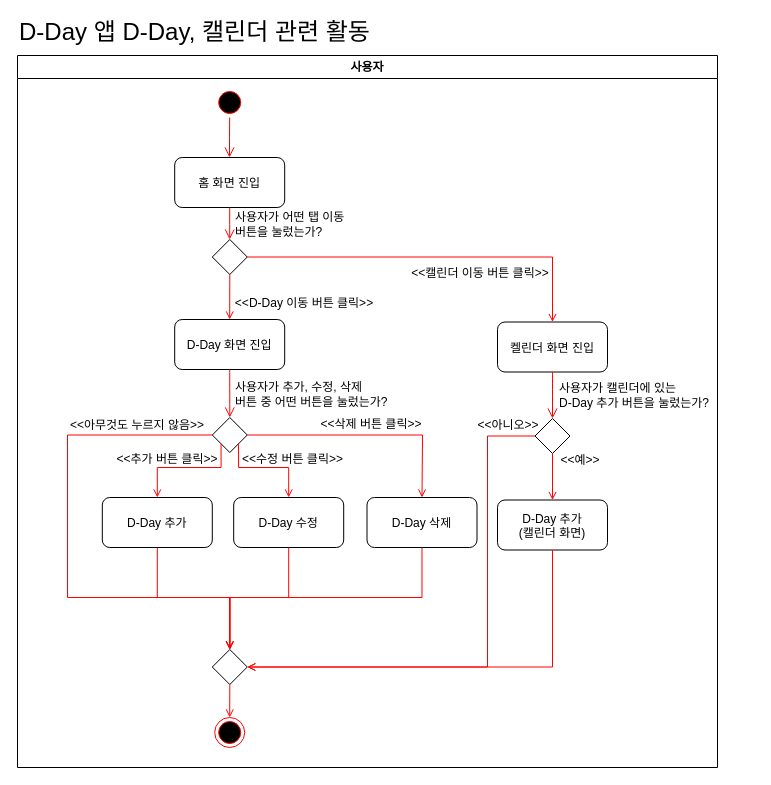
Above: activity diagram - d-day+calender.drawio in baechuTree/softwareEngineering (draw.io), before the change. Source tidied: cells renumbered, new cells numbered last; positions are measured from the earlier drawing's top-left corner, leaving out a move shared by most shapes. Both pictures are drawn from the tidied source at 100%, with x=0, y=0 at pixel (17, 17).
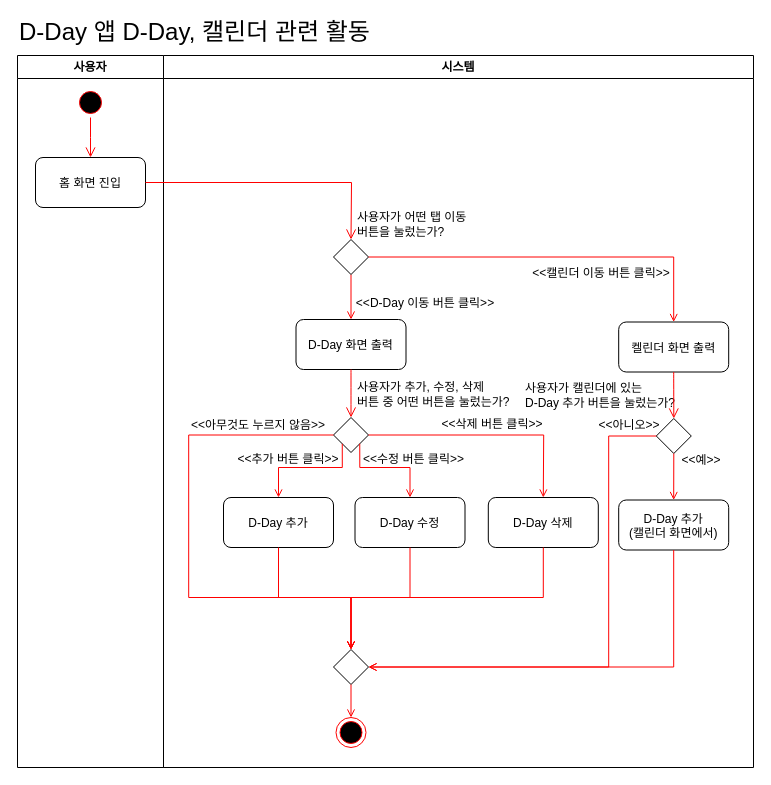
Above is the later version.

Diff of the diagram source:
```diff
@@
     <mxCell id="2" value="사용자" style="swimlane;whiteSpace=wrap;startSize=23;" parent="1" vertex="1">
-      <mxGeometry y="38" width="700" height="712" as="geometry" />
+      <mxGeometry y="38" width="146" height="712" as="geometry" />
     </mxCell>
     <mxCell id="3" style="ellipse;shape=startState;fillColor=#000000;strokeColor=#ff0000;" parent="2" vertex="1">
-      <mxGeometry x="197.2" y="32" width="30" height="30" as="geometry" />
+      <mxGeometry x="58" y="32" width="30" height="30" as="geometry" />
     </mxCell>
@@
     <mxCell id="5" value="홈 화면 진입" style="rounded=1;" parent="2" vertex="1">
-      <mxGeometry x="157.2" y="102" width="110" height="50" as="geometry" />
+      <mxGeometry x="18" y="102" width="110" height="50" as="geometry" />
     </mxCell>
+    <mxCell id="43" value="D-Day 앱 D-Day, 캘린더 관련 활동" style="text;html=1;align=left;verticalAlign=middle;whiteSpace=wrap;rounded=0;fontSize=24;" parent="1" vertex="1">
+      <mxGeometry width="400" height="30" as="geometry" />
+    </mxCell>
+    <mxCell id="36" value="사용자가 캘린더에 있는&lt;div&gt;D-Day 추가 버튼을 눌렀는가?&lt;/div&gt;" style="text;html=1;align=left;verticalAlign=middle;whiteSpace=wrap;rounded=0;" parent="1" vertex="1">
+      <mxGeometry x="506" y="363" width="156.8" height="30" as="geometry" />
+    </mxCell>
+    <mxCell id="45" value="시스템" style="swimlane;whiteSpace=wrap;startSize=23;" parent="1" vertex="1">
+      <mxGeometry x="146" y="38" width="590" height="712" as="geometry" />
+    </mxCell>
+    <mxCell id="44" value="&amp;lt;&amp;lt;D-Day 이동 버튼 클릭&amp;gt;&amp;gt;" style="text;html=1;align=center;verticalAlign=middle;whiteSpace=wrap;rounded=0;" parent="1" vertex="1">
+      <mxGeometry x="329.8" y="271" width="155.5" height="30" as="geometry" />
+    </mxCell>
-    <mxCell id="6" style="endArrow=open;strokeColor=#FF0000;endFill=1;rounded=0;entryX=0.5;entryY=0;entryDx=0;entryDy=0;exitX=0.5;exitY=1;exitDx=0;exitDy=0;" parent="2" edge="1" source="10" target="11">
+    <mxCell id="6" style="endArrow=open;strokeColor=#FF0000;endFill=1;rounded=0;entryX=0.5;entryY=0;entryDx=0;entryDy=0;exitX=0.5;exitY=1;exitDx=0;exitDy=0;" parent="1" edge="1" source="10" target="11">
       <mxGeometry relative="1" as="geometry" />
     </mxCell>
-    <mxCell id="7" value="사용자가 어떤 탭 이동&lt;div&gt;버튼을 눌렀는가?&lt;/div&gt;" style="text;html=1;align=left;verticalAlign=middle;whiteSpace=wrap;rounded=0;" parent="2" vertex="1">
-      <mxGeometry x="216.2" y="154" width="154.5" height="30" as="geometry" />
+    <mxCell id="7" value="사용자가 어떤 탭 이동&lt;div&gt;버튼을 눌렀는가?&lt;/div&gt;" style="text;html=1;align=left;verticalAlign=middle;whiteSpace=wrap;rounded=0;" parent="1" vertex="1">
+      <mxGeometry x="337.5" y="192" width="154.5" height="30" as="geometry" />
     </mxCell>
-    <mxCell id="8" value="&amp;lt;&amp;lt;캘린더 이동 버튼 클릭&amp;gt;&amp;gt;" style="text;html=1;align=center;verticalAlign=middle;whiteSpace=wrap;rounded=0;" parent="2" vertex="1">
-      <mxGeometry x="390" y="203" width="145.5" height="30" as="geometry" />
+    <mxCell id="8" value="&amp;lt;&amp;lt;캘린더 이동 버튼 클릭&amp;gt;&amp;gt;" style="text;html=1;align=center;verticalAlign=middle;whiteSpace=wrap;rounded=0;" parent="1" vertex="1">
+      <mxGeometry x="511.2" y="241" width="145.5" height="30" as="geometry" />
     </mxCell>
-    <mxCell id="9" style="edgeStyle=none;curved=1;rounded=0;jettySize=auto;html=1;fontSize=12;startSize=8;endSize=8;strokeColor=#FF0000;endArrow=open;endFill=0;exitX=0.5;exitY=1;exitDx=0;exitDy=0;entryX=0.5;entryY=0;entryDx=0;entryDy=0;" parent="2" edge="1" source="5">
+    <mxCell id="9" style="edgeStyle=orthogonalEdgeStyle;rounded=0;jettySize=auto;html=1;fontSize=12;startSize=8;endSize=8;strokeColor=#FF0000;endArrow=open;endFill=0;exitX=1;exitY=0.5;exitDx=0;exitDy=0;entryX=0.5;entryY=0;entryDx=0;entryDy=0;" parent="1" edge="1" source="5">
       <mxGeometry relative="1" as="geometry">
-        <mxPoint x="212.2" y="184" as="targetPoint" />
+        <mxPoint x="333.5" y="222" as="targetPoint" />
       </mxGeometry>
     </mxCell>
-    <mxCell id="10" style="rhombus;whiteSpace=wrap;html=1;" parent="2" vertex="1">
-      <mxGeometry x="194.8" y="184" width="35" height="35" as="geometry" />
+    <mxCell id="10" style="rhombus;whiteSpace=wrap;html=1;" parent="1" vertex="1">
+      <mxGeometry x="316" y="222" width="35" height="35" as="geometry" />
     </mxCell>
-    <mxCell id="11" value="D-Day 화면 진입" style="rounded=1;" parent="2" vertex="1">
-      <mxGeometry x="157.2" y="264" width="110" height="50" as="geometry" />
+    <mxCell id="11" value="D-Day 화면 출력" style="rounded=1;" parent="1" vertex="1">
+      <mxGeometry x="278.5" y="302" width="110" height="50" as="geometry" />
     </mxCell>
-    <mxCell id="12" style="endArrow=open;strokeColor=#FF0000;endFill=1;rounded=0;entryX=0.5;entryY=0;entryDx=0;entryDy=0;exitX=1;exitY=0.5;exitDx=0;exitDy=0;edgeStyle=orthogonalEdgeStyle;" parent="2" edge="1" source="10" target="13">
+    <mxCell id="12" style="endArrow=open;strokeColor=#FF0000;endFill=1;rounded=0;entryX=0.5;entryY=0;entryDx=0;entryDy=0;exitX=1;exitY=0.5;exitDx=0;exitDy=0;edgeStyle=orthogonalEdgeStyle;" parent="1" edge="1" source="10" target="13">
       <mxGeometry relative="1" as="geometry" />
     </mxCell>
-    <mxCell id="13" value="켈린더 화면 진입" style="rounded=1;" parent="2" vertex="1">
-      <mxGeometry x="480" y="266.5" width="110" height="50" as="geometry" />
+    <mxCell id="13" value="켈린더 화면 출력" style="rounded=1;" parent="1" vertex="1">
+      <mxGeometry x="601.2" y="304.5" width="110" height="50" as="geometry" />
     </mxCell>
-    <mxCell id="14" style="rhombus;whiteSpace=wrap;html=1;" parent="2" vertex="1">
-      <mxGeometry x="194.8" y="594" width="35" height="35" as="geometry" />
+    <mxCell id="14" style="rhombus;whiteSpace=wrap;html=1;" parent="1" vertex="1">
+      <mxGeometry x="316" y="632" width="35" height="35" as="geometry" />
     </mxCell>
-    <mxCell id="15" style="rhombus;whiteSpace=wrap;html=1;" parent="2" vertex="1">
-      <mxGeometry x="194.8" y="362" width="35" height="35" as="geometry" />
+    <mxCell id="15" style="rhombus;whiteSpace=wrap;html=1;" parent="1" vertex="1">
+      <mxGeometry x="316" y="400" width="35" height="35" as="geometry" />
     </mxCell>
-    <mxCell id="16" style="edgeStyle=none;curved=1;rounded=0;jettySize=auto;html=1;fontSize=12;startSize=8;endSize=8;strokeColor=#FF0000;endArrow=open;endFill=0;exitX=0.5;exitY=1;exitDx=0;exitDy=0;entryX=0.5;entryY=0;entryDx=0;entryDy=0;" parent="2" edge="1" source="11" target="15">
+    <mxCell id="16" style="edgeStyle=none;curved=1;rounded=0;jettySize=auto;html=1;fontSize=12;startSize=8;endSize=8;strokeColor=#FF0000;endArrow=open;endFill=0;exitX=0.5;exitY=1;exitDx=0;exitDy=0;entryX=0.5;entryY=0;entryDx=0;entryDy=0;" parent="1" edge="1" source="11" target="15">
       <mxGeometry relative="1" as="geometry" />
     </mxCell>
-    <mxCell id="17" value="D-Day 추가" style="rounded=1;" parent="2" vertex="1">
-      <mxGeometry x="84.8" y="442" width="110" height="50" as="geometry" />
+    <mxCell id="17" value="D-Day 추가" style="rounded=1;" parent="1" vertex="1">
+      <mxGeometry x="206" y="480" width="110" height="50" as="geometry" />
     </mxCell>
-    <mxCell id="18" value="D-Day 수정" style="rounded=1;" parent="2" vertex="1">
-      <mxGeometry x="216.2" y="442" width="110" height="50" as="geometry" />
+    <mxCell id="18" value="D-Day 수정" style="rounded=1;" parent="1" vertex="1">
+      <mxGeometry x="337.5" y="480" width="110" height="50" as="geometry" />
     </mxCell>
-    <mxCell id="19" value="D-Day 삭제" style="rounded=1;" parent="2" vertex="1">
-      <mxGeometry x="349.5" y="442" width="110" height="50" as="geometry" />
+    <mxCell id="19" value="D-Day 삭제" style="rounded=1;" parent="1" vertex="1">
+      <mxGeometry x="470.8" y="480" width="110" height="50" as="geometry" />
     </mxCell>
-    <mxCell id="20" style="endArrow=open;strokeColor=#FF0000;endFill=1;rounded=0;entryX=0.5;entryY=0;entryDx=0;entryDy=0;edgeStyle=orthogonalEdgeStyle;exitX=0;exitY=1;exitDx=0;exitDy=0;" parent="2" edge="1" source="15" target="17">
+    <mxCell id="20" style="endArrow=open;strokeColor=#FF0000;endFill=1;rounded=0;entryX=0.5;entryY=0;entryDx=0;entryDy=0;edgeStyle=orthogonalEdgeStyle;exitX=0;exitY=1;exitDx=0;exitDy=0;" parent="1" edge="1" source="15" target="17">
       <mxGeometry relative="1" as="geometry">
         <Array as="points">
-          <mxPoint x="203" y="412" />
-          <mxPoint x="140" y="412" />
+          <mxPoint x="324.2" y="450" />
+          <mxPoint x="261.2" y="450" />
         </Array>
       </mxGeometry>
     </mxCell>
-    <mxCell id="21" style="endArrow=open;strokeColor=#FF0000;endFill=1;rounded=0;entryX=0.5;entryY=0;entryDx=0;entryDy=0;edgeStyle=orthogonalEdgeStyle;exitX=1;exitY=1;exitDx=0;exitDy=0;" parent="2" edge="1" source="15" target="18">
+    <mxCell id="21" style="endArrow=open;strokeColor=#FF0000;endFill=1;rounded=0;entryX=0.5;entryY=0;entryDx=0;entryDy=0;edgeStyle=orthogonalEdgeStyle;exitX=1;exitY=1;exitDx=0;exitDy=0;" parent="1" edge="1" source="15" target="18">
       <mxGeometry relative="1" as="geometry">
         <Array as="points">
-          <mxPoint x="221" y="412" />
-          <mxPoint x="271" y="412" />
+          <mxPoint x="342.2" y="450" />
+          <mxPoint x="392.2" y="450" />
         </Array>
       </mxGeometry>
     </mxCell>
-    <mxCell id="22" style="endArrow=open;strokeColor=#FF0000;endFill=1;rounded=0;entryX=0.5;entryY=0;entryDx=0;entryDy=0;edgeStyle=orthogonalEdgeStyle;exitX=1;exitY=0.5;exitDx=0;exitDy=0;" parent="2" edge="1" source="15" target="19">
+    <mxCell id="22" style="endArrow=open;strokeColor=#FF0000;endFill=1;rounded=0;entryX=0.5;entryY=0;entryDx=0;entryDy=0;edgeStyle=orthogonalEdgeStyle;exitX=1;exitY=0.5;exitDx=0;exitDy=0;" parent="1" edge="1" source="15" target="19">
       <mxGeometry relative="1" as="geometry">
         <Array as="points">
-          <mxPoint x="405" y="380" />
-          <mxPoint x="405" y="380" />
+          <mxPoint x="526.2" y="418" />
+          <mxPoint x="526.2" y="418" />
         </Array>
       </mxGeometry>
     </mxCell>
-    <mxCell id="23" style="endArrow=open;strokeColor=#FF0000;endFill=1;rounded=0;edgeStyle=orthogonalEdgeStyle;exitX=0;exitY=0.5;exitDx=0;exitDy=0;entryX=0.5;entryY=0;entryDx=0;entryDy=0;" parent="2" edge="1" source="15" target="14">
+    <mxCell id="23" style="endArrow=open;strokeColor=#FF0000;endFill=1;rounded=0;edgeStyle=orthogonalEdgeStyle;exitX=0;exitY=0.5;exitDx=0;exitDy=0;entryX=0.5;entryY=0;entryDx=0;entryDy=0;" parent="1" edge="1" source="15" target="14">
       <mxGeometry relative="1" as="geometry">
         <Array as="points">
-          <mxPoint x="50" y="380" />
-          <mxPoint x="50" y="542" />
-          <mxPoint x="212" y="542" />
+          <mxPoint x="171.2" y="418" />
+          <mxPoint x="171.2" y="580" />
+          <mxPoint x="333.2" y="580" />
         </Array>
       </mxGeometry>
     </mxCell>
-    <mxCell id="24" value="&amp;lt;&amp;lt;아무것도 누르지 않음&amp;gt;&amp;gt;" style="text;html=1;align=center;verticalAlign=middle;whiteSpace=wrap;rounded=0;" parent="2" vertex="1">
-      <mxGeometry x="44.8" y="355" width="150" height="30" as="geometry" />
+    <mxCell id="24" value="&amp;lt;&amp;lt;아무것도 누르지 않음&amp;gt;&amp;gt;" style="text;html=1;align=center;verticalAlign=middle;whiteSpace=wrap;rounded=0;" parent="1" vertex="1">
+      <mxGeometry x="166" y="393" width="150" height="30" as="geometry" />
     </mxCell>
-    <mxCell id="25" value="&amp;lt;&amp;lt;추가 버튼 클릭&amp;gt;&amp;gt;" style="text;html=1;align=center;verticalAlign=middle;whiteSpace=wrap;rounded=0;" parent="2" vertex="1">
-      <mxGeometry x="94.8" y="389" width="109.8" height="30" as="geometry" />
+    <mxCell id="25" value="&amp;lt;&amp;lt;추가 버튼 클릭&amp;gt;&amp;gt;" style="text;html=1;align=center;verticalAlign=middle;whiteSpace=wrap;rounded=0;" parent="1" vertex="1">
+      <mxGeometry x="216" y="427" width="109.8" height="30" as="geometry" />
     </mxCell>
-    <mxCell id="26" value="&amp;lt;&amp;lt;수정 버튼 클릭&amp;gt;&amp;gt;" style="text;html=1;align=center;verticalAlign=middle;whiteSpace=wrap;rounded=0;" parent="2" vertex="1">
-      <mxGeometry x="220" y="389" width="110.5" height="30" as="geometry" />
+    <mxCell id="26" value="&amp;lt;&amp;lt;수정 버튼 클릭&amp;gt;&amp;gt;" style="text;html=1;align=center;verticalAlign=middle;whiteSpace=wrap;rounded=0;" parent="1" vertex="1">
+      <mxGeometry x="341.2" y="427" width="110.5" height="30" as="geometry" />
     </mxCell>
-    <mxCell id="27" value="&amp;lt;&amp;lt;삭제 버튼 클릭&amp;gt;&amp;gt;" style="text;html=1;align=center;verticalAlign=middle;whiteSpace=wrap;rounded=0;" parent="2" vertex="1">
-      <mxGeometry x="300" y="354" width="107.5" height="30" as="geometry" />
+    <mxCell id="27" value="&amp;lt;&amp;lt;삭제 버튼 클릭&amp;gt;&amp;gt;" style="text;html=1;align=center;verticalAlign=middle;whiteSpace=wrap;rounded=0;" parent="1" vertex="1">
+      <mxGeometry x="421.2" y="392" width="107.5" height="30" as="geometry" />
     </mxCell>
-    <mxCell id="28" value="사용자가 추가, 수정,&amp;nbsp;&lt;span style=&quot;background-color: transparent; color: light-dark(rgb(0, 0, 0), rgb(255, 255, 255));&quot;&gt;삭제&lt;/span&gt;&lt;div&gt;&lt;span style=&quot;background-color: transparent; color: light-dark(rgb(0, 0, 0), rgb(255, 255, 255));&quot;&gt;버튼 중 어떤 버튼을 눌렀는가?&lt;/span&gt;&lt;/div&gt;" style="text;html=1;align=left;verticalAlign=middle;whiteSpace=wrap;rounded=0;" parent="2" vertex="1">
-      <mxGeometry x="216.2" y="324" width="156.8" height="30" as="geometry" />
+    <mxCell id="28" value="사용자가 추가, 수정,&amp;nbsp;&lt;span style=&quot;background-color: transparent; color: light-dark(rgb(0, 0, 0), rgb(255, 255, 255));&quot;&gt;삭제&lt;/span&gt;&lt;div&gt;&lt;span style=&quot;background-color: transparent; color: light-dark(rgb(0, 0, 0), rgb(255, 255, 255));&quot;&gt;버튼 중 어떤 버튼을 눌렀는가?&lt;/span&gt;&lt;/div&gt;" style="text;html=1;align=left;verticalAlign=middle;whiteSpace=wrap;rounded=0;" parent="1" vertex="1">
+      <mxGeometry x="337.5" y="362" width="156.8" height="30" as="geometry" />
     </mxCell>
-    <mxCell id="29" style="ellipse;shape=endState;fillColor=#000000;strokeColor=#ff0000;" parent="2" vertex="1">
-      <mxGeometry x="197.2" y="662" width="30" height="30" as="geometry" />
+    <mxCell id="29" style="ellipse;shape=endState;fillColor=#000000;strokeColor=#ff0000;" parent="1" vertex="1">
+      <mxGeometry x="318.5" y="700" width="30" height="30" as="geometry" />
     </mxCell>
-    <mxCell id="30" style="endArrow=open;strokeColor=#FF0000;endFill=1;rounded=0;entryX=0.5;entryY=0;entryDx=0;entryDy=0;exitX=0.5;exitY=1;exitDx=0;exitDy=0;" parent="2" edge="1" source="14" target="29">
+    <mxCell id="30" style="endArrow=open;strokeColor=#FF0000;endFill=1;rounded=0;entryX=0.5;entryY=0;entryDx=0;entryDy=0;exitX=0.5;exitY=1;exitDx=0;exitDy=0;" parent="1" edge="1" source="14" target="29">
       <mxGeometry relative="1" as="geometry" />
     </mxCell>
-    <mxCell id="31" style="endArrow=open;strokeColor=#FF0000;endFill=1;rounded=0;entryX=0.5;entryY=0;entryDx=0;entryDy=0;edgeStyle=orthogonalEdgeStyle;exitX=0.5;exitY=1;exitDx=0;exitDy=0;" parent="2" edge="1" source="17" target="14">
+    <mxCell id="31" style="endArrow=open;strokeColor=#FF0000;endFill=1;rounded=0;entryX=0.5;entryY=0;entryDx=0;entryDy=0;edgeStyle=orthogonalEdgeStyle;exitX=0.5;exitY=1;exitDx=0;exitDy=0;" parent="1" edge="1" source="17" target="14">
       <mxGeometry relative="1" as="geometry">
         <Array as="points">
-          <mxPoint x="140" y="542" />
-          <mxPoint x="212" y="542" />
+          <mxPoint x="261.2" y="580" />
+          <mxPoint x="333.2" y="580" />
         </Array>
       </mxGeometry>
     </mxCell>
-    <mxCell id="32" style="endArrow=open;strokeColor=#FF0000;endFill=1;rounded=0;edgeStyle=orthogonalEdgeStyle;exitX=0.5;exitY=1;exitDx=0;exitDy=0;entryX=0.5;entryY=0;entryDx=0;entryDy=0;" parent="2" edge="1" source="18" target="14">
+    <mxCell id="32" style="endArrow=open;strokeColor=#FF0000;endFill=1;rounded=0;edgeStyle=orthogonalEdgeStyle;exitX=0.5;exitY=1;exitDx=0;exitDy=0;entryX=0.5;entryY=0;entryDx=0;entryDy=0;" parent="1" edge="1" source="18" target="14">
       <mxGeometry relative="1" as="geometry">
         <Array as="points">
-          <mxPoint x="271" y="542" />
-          <mxPoint x="212" y="542" />
-          <mxPoint x="212" y="594" />
+          <mxPoint x="392.2" y="580" />
+          <mxPoint x="333.2" y="580" />
+          <mxPoint x="333.2" y="632" />
         </Array>
       </mxGeometry>
     </mxCell>
-    <mxCell id="33" style="endArrow=open;strokeColor=#FF0000;endFill=1;rounded=0;edgeStyle=orthogonalEdgeStyle;exitX=0.5;exitY=1;exitDx=0;exitDy=0;entryX=0.5;entryY=0;entryDx=0;entryDy=0;" parent="2" edge="1" source="19" target="14">
+    <mxCell id="33" style="endArrow=open;strokeColor=#FF0000;endFill=1;rounded=0;edgeStyle=orthogonalEdgeStyle;exitX=0.5;exitY=1;exitDx=0;exitDy=0;entryX=0.5;entryY=0;entryDx=0;entryDy=0;" parent="1" edge="1" source="19" target="14">
       <mxGeometry relative="1" as="geometry">
         <Array as="points">
-          <mxPoint x="404" y="542" />
-          <mxPoint x="212" y="542" />
-          <mxPoint x="212" y="594" />
+          <mxPoint x="525.2" y="580" />
+          <mxPoint x="333.2" y="580" />
+          <mxPoint x="333.2" y="632" />
         </Array>
       </mxGeometry>
     </mxCell>
-    <mxCell id="34" style="rhombus;whiteSpace=wrap;html=1;" parent="2" vertex="1">
-      <mxGeometry x="517.5" y="363" width="35" height="35" as="geometry" />
+    <mxCell id="34" style="rhombus;whiteSpace=wrap;html=1;" parent="1" vertex="1">
+      <mxGeometry x="638.8" y="401" width="35" height="35" as="geometry" />
     </mxCell>
-    <mxCell id="35" style="edgeStyle=none;curved=1;rounded=0;jettySize=auto;html=1;fontSize=12;startSize=8;endSize=8;strokeColor=#FF0000;endArrow=open;endFill=0;exitX=0.5;exitY=1;exitDx=0;exitDy=0;entryX=0.5;entryY=0;entryDx=0;entryDy=0;" parent="2" edge="1" source="13" target="34">
+    <mxCell id="35" style="edgeStyle=none;curved=1;rounded=0;jettySize=auto;html=1;fontSize=12;startSize=8;endSize=8;strokeColor=#FF0000;endArrow=open;endFill=0;exitX=0.5;exitY=1;exitDx=0;exitDy=0;entryX=0.5;entryY=0;entryDx=0;entryDy=0;" parent="1" edge="1" source="13" target="34">
       <mxGeometry relative="1" as="geometry" />
     </mxCell>
-    <mxCell id="36" value="사용자가 캘린더에 있는&lt;div&gt;D-Day 추가 버튼을 눌렀는가?&lt;/div&gt;" style="text;html=1;align=left;verticalAlign=middle;whiteSpace=wrap;rounded=0;" parent="2" vertex="1">
-      <mxGeometry x="540" y="325" width="156.8" height="30" as="geometry" />
-    </mxCell>
-    <mxCell id="37" style="endArrow=open;strokeColor=#FF0000;endFill=1;rounded=0;entryX=1;entryY=0.5;entryDx=0;entryDy=0;exitX=0;exitY=0.5;exitDx=0;exitDy=0;edgeStyle=orthogonalEdgeStyle;" parent="2" edge="1" source="34" target="14">
+    <mxCell id="37" style="endArrow=open;strokeColor=#FF0000;endFill=1;rounded=0;entryX=1;entryY=0.5;entryDx=0;entryDy=0;exitX=0;exitY=0.5;exitDx=0;exitDy=0;edgeStyle=orthogonalEdgeStyle;" parent="1" edge="1" source="34" target="14">
       <mxGeometry relative="1" as="geometry">
         <Array as="points">
-          <mxPoint x="470" y="380" />
-          <mxPoint x="470" y="612" />
+          <mxPoint x="591.2" y="418" />
+          <mxPoint x="591.2" y="650" />
         </Array>
       </mxGeometry>
     </mxCell>
-    <mxCell id="38" value="&amp;lt;&amp;lt;아니오&amp;gt;&amp;gt;" style="text;html=1;align=center;verticalAlign=middle;whiteSpace=wrap;rounded=0;" parent="2" vertex="1">
-      <mxGeometry x="445.5" y="355" width="90" height="30" as="geometry" />
+    <mxCell id="38" value="&amp;lt;&amp;lt;아니오&amp;gt;&amp;gt;" style="text;html=1;align=center;verticalAlign=middle;whiteSpace=wrap;rounded=0;" parent="1" vertex="1">
+      <mxGeometry x="566.8" y="393" width="90" height="30" as="geometry" />
     </mxCell>
-    <mxCell id="39" value="&amp;lt;&amp;lt;예&amp;gt;&amp;gt;" style="text;html=1;align=center;verticalAlign=middle;whiteSpace=wrap;rounded=0;" parent="2" vertex="1">
-      <mxGeometry x="517.5" y="390" width="90" height="30" as="geometry" />
+    <mxCell id="39" value="&amp;lt;&amp;lt;예&amp;gt;&amp;gt;" style="text;html=1;align=center;verticalAlign=middle;whiteSpace=wrap;rounded=0;" parent="1" vertex="1">
+      <mxGeometry x="638.8" y="428" width="90" height="30" as="geometry" />
     </mxCell>
-    <mxCell id="40" value="D-Day 추가&#10;(캘린더 화면)" style="rounded=1;" parent="2" vertex="1">
-      <mxGeometry x="480" y="444.5" width="110" height="50" as="geometry" />
+    <mxCell id="40" value="D-Day 추가&#10;(캘린더 화면에서)" style="rounded=1;" parent="1" vertex="1">
+      <mxGeometry x="601.2" y="482.5" width="110" height="50" as="geometry" />
     </mxCell>
-    <mxCell id="41" style="endArrow=open;strokeColor=#FF0000;endFill=1;rounded=0;entryX=0.5;entryY=0;entryDx=0;entryDy=0;exitX=0.5;exitY=1;exitDx=0;exitDy=0;" parent="2" edge="1" source="34" target="40">
+    <mxCell id="41" style="endArrow=open;strokeColor=#FF0000;endFill=1;rounded=0;entryX=0.5;entryY=0;entryDx=0;entryDy=0;exitX=0.5;exitY=1;exitDx=0;exitDy=0;" parent="1" edge="1" source="34" target="40">
       <mxGeometry relative="1" as="geometry" />
     </mxCell>
-    <mxCell id="42" style="endArrow=open;strokeColor=#FF0000;endFill=1;rounded=0;entryX=1;entryY=0.5;entryDx=0;entryDy=0;edgeStyle=orthogonalEdgeStyle;exitX=0.5;exitY=1;exitDx=0;exitDy=0;" parent="2" edge="1" source="40" target="14">
+    <mxCell id="42" style="endArrow=open;strokeColor=#FF0000;endFill=1;rounded=0;entryX=1;entryY=0.5;entryDx=0;entryDy=0;edgeStyle=orthogonalEdgeStyle;exitX=0.5;exitY=1;exitDx=0;exitDy=0;" parent="1" edge="1" source="40" target="14">
       <mxGeometry relative="1" as="geometry">
         <Array as="points">
-          <mxPoint x="535" y="611" />
+          <mxPoint x="656.2" y="649" />
         </Array>
       </mxGeometry>
     </mxCell>
-    <mxCell id="43" value="D-Day 앱 D-Day, 캘린더 관련 활동" style="text;html=1;align=left;verticalAlign=middle;whiteSpace=wrap;rounded=0;fontSize=24;" parent="1" vertex="1">
-      <mxGeometry width="400" height="30" as="geometry" />
-    </mxCell>
-    <mxCell id="44" value="&amp;lt;&amp;lt;D-Day 이동 버튼 클릭&amp;gt;&amp;gt;" style="text;html=1;align=center;verticalAlign=middle;whiteSpace=wrap;rounded=0;" parent="1" vertex="1">
-      <mxGeometry x="208.5" y="271" width="155.5" height="30" as="geometry" />
-    </mxCell>
```
